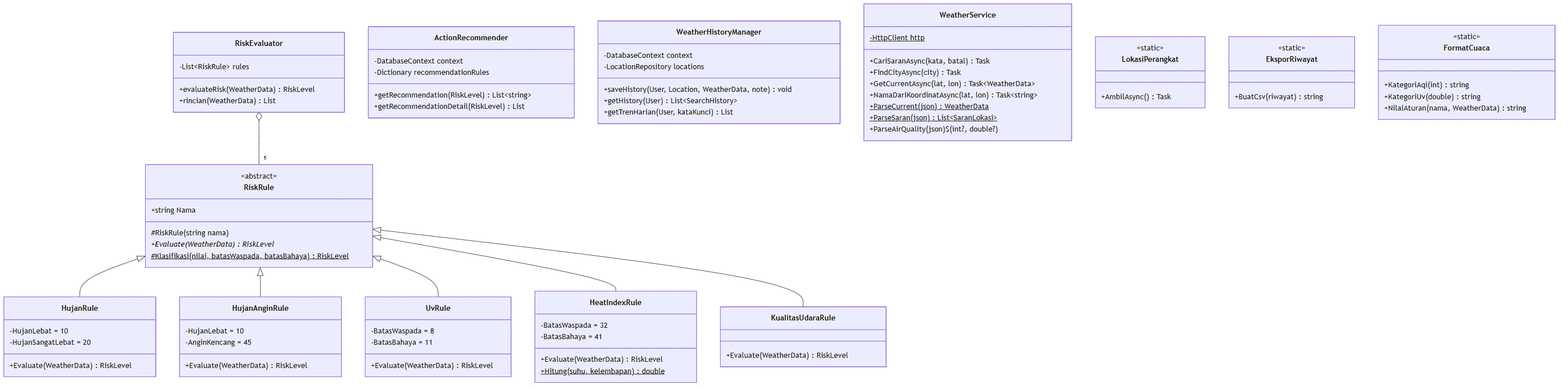
Earlier version of the Mermaid export docs/diagram/class-layanan.png (dnday/Junpro6). Its source is kept beside it as docs/diagram/class-layanan.mmd.
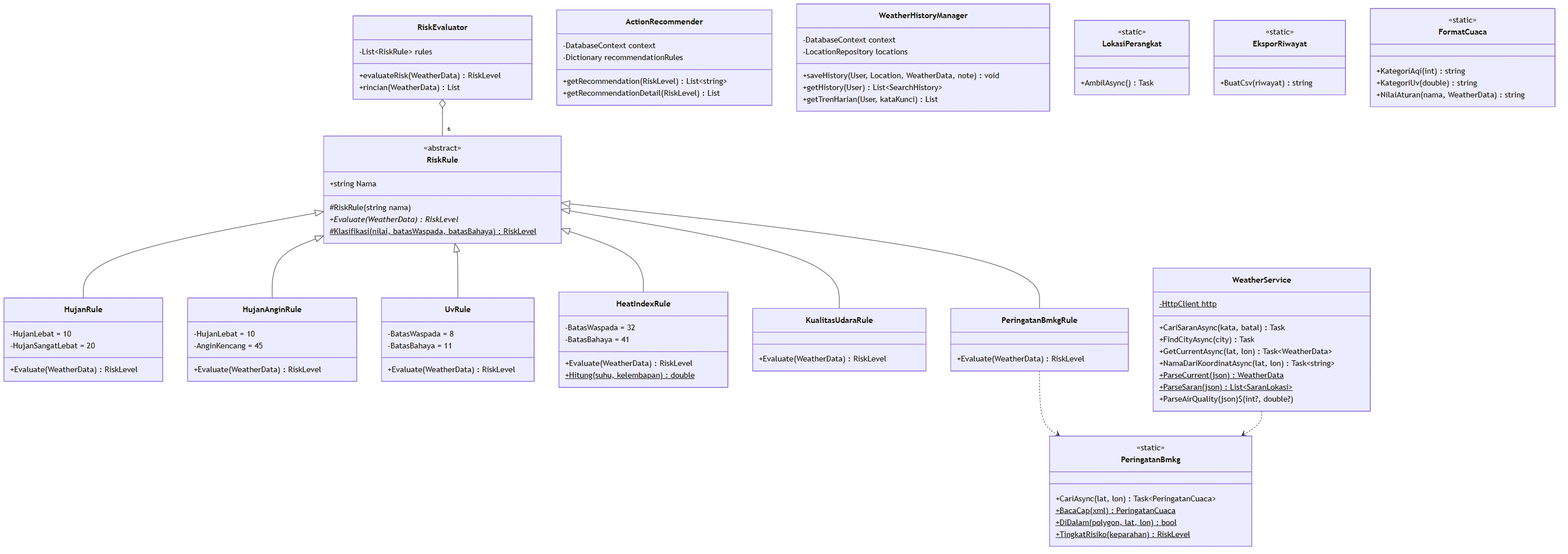
After the commit.

The edit, as a diff of the source:
```diff
@@ -30,6 +30,16 @@
     }
     class KualitasUdaraRule {
         +Evaluate(WeatherData) RiskLevel
+    }
+    class PeringatanBmkgRule {
+        +Evaluate(WeatherData) RiskLevel
+    }
+    class PeringatanBmkg {
+        <<static>>
+        +CariAsync(lat, lon) Task~PeringatanCuaca~
+        +BacaCap(xml)$ PeringatanCuaca
+        +DiDalam(polygon, lat, lon)$ bool
+        +TingkatRisiko(keparahan)$ RiskLevel
     }
     class RiskEvaluator {
         -List~RiskRule~ rules
@@ -79,4 +89,7 @@
     RiskRule <|-- UvRule
     RiskRule <|-- HeatIndexRule
     RiskRule <|-- KualitasUdaraRule
-    RiskEvaluator o-- "5" RiskRule
+    RiskRule <|-- PeringatanBmkgRule
+    RiskEvaluator o-- "6" RiskRule
+    PeringatanBmkgRule ..> PeringatanBmkg
+    WeatherService ..> PeringatanBmkg
```
